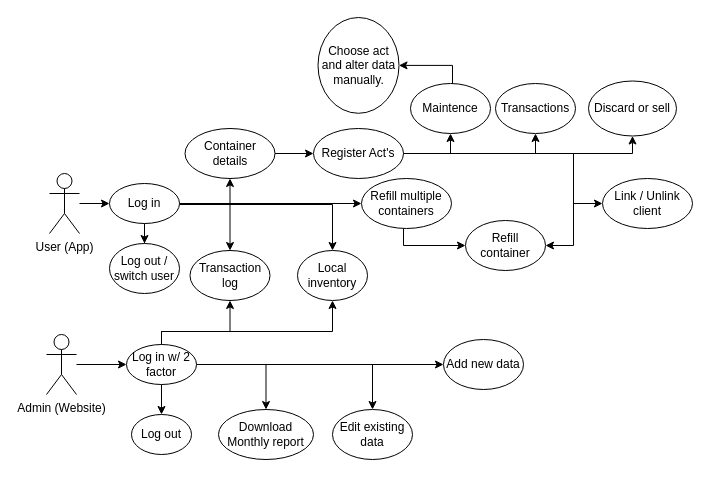
Above: Documentation/Use Case Diagram/Use Case 4 Cryogenetics.drawio in AxelJacobsen/Bachelor-thesis-2023_Cryogenetics (draw.io), before the change. Source tidied: cells renumbered, new cells numbered last; positions are measured from the earlier drawing's top-left corner, leaving out a move shared by most shapes. Both pictures are drawn from the tidied source at 100%, with x=0, y=0 at pixel (46, 17).
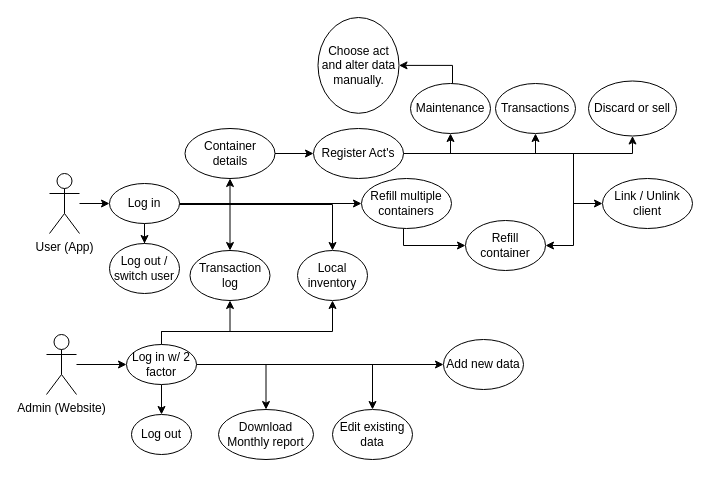
After the change.

Commit message (it also covers changes not shown here):
Fixed spelling mistake in Model #35 #36

Change to the diagram source:
```diff
@@
-    <mxCell id="34" value="Maintence" style="ellipse;whiteSpace=wrap;html=1;rounded=0;" parent="1" vertex="1">
+    <mxCell id="34" value="Maintenance" style="ellipse;whiteSpace=wrap;html=1;rounded=0;" parent="1" vertex="1">
       <mxGeometry x="364" y="66" width="80" height="50" as="geometry" />
     </mxCell>
```
